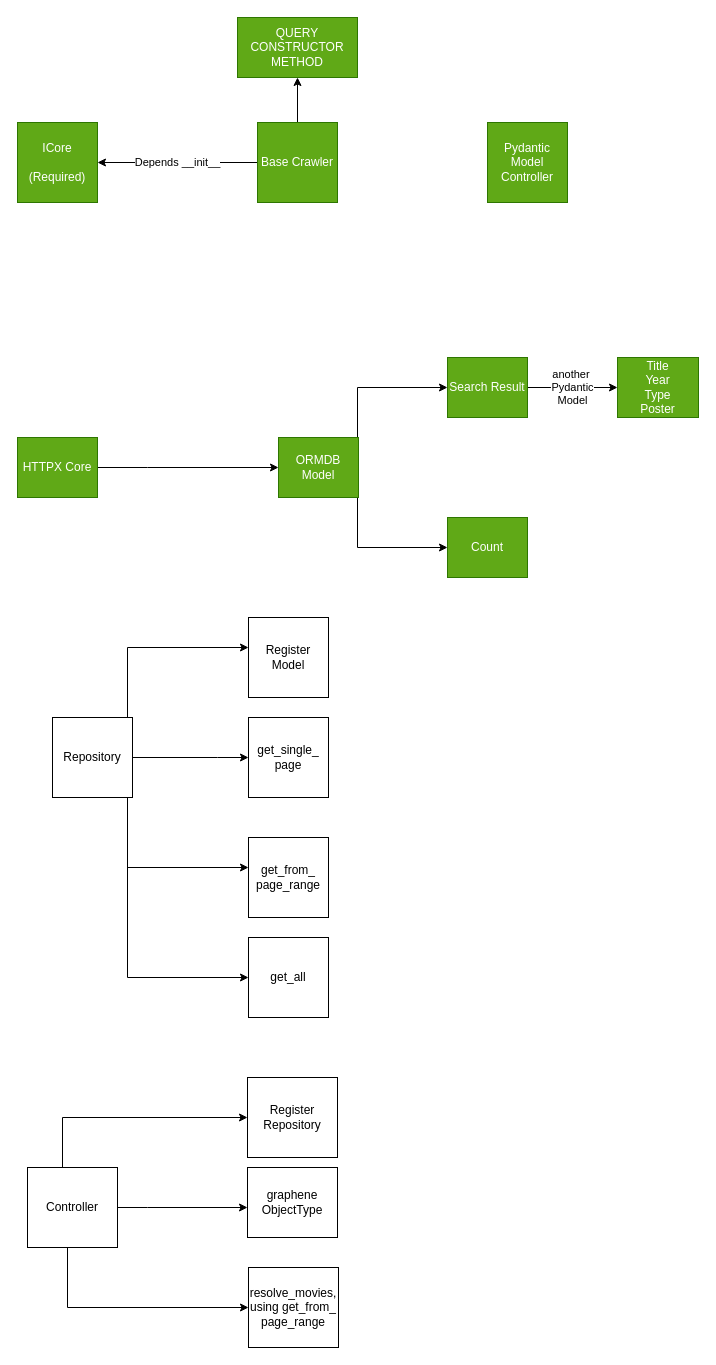
The draw.io diagram design.drawio in ManiMozaffar/omdbapi, before the edit. Source tidied: cells renumbered, new cells numbered last; positions are measured from the earlier drawing's top-left corner, leaving out a move shared by most shapes. Both pictures are drawn from the tidied source at 100%, with x=0, y=0 at pixel (17, 17).
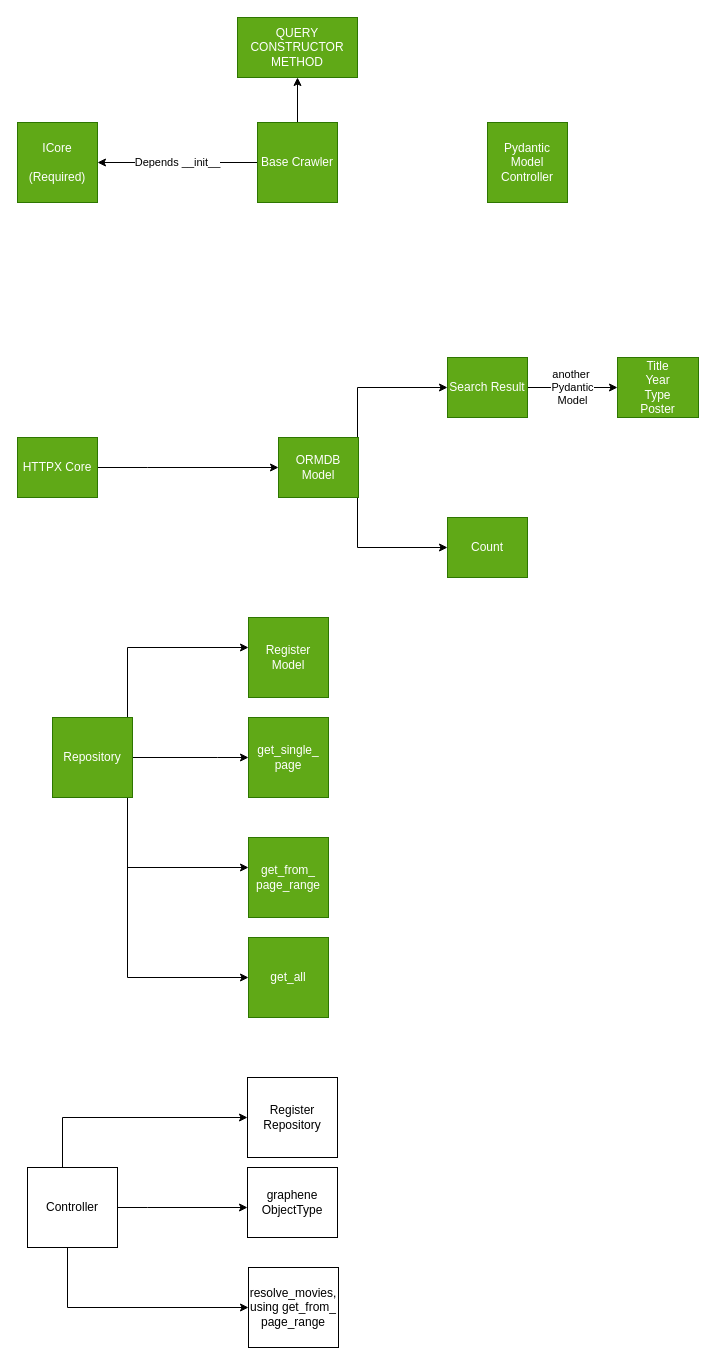
After the change.

The edit, as a diff of the source:
```diff
@@
-    <mxCell id="21" value="Repository" style="whiteSpace=wrap;html=1;" parent="1" vertex="1">
+    <mxCell id="21" value="Repository" style="whiteSpace=wrap;html=1;fillColor=#60a917;fontColor=#ffffff;strokeColor=#2D7600;" parent="1" vertex="1">
       <mxGeometry x="35" y="700" width="80" height="80" as="geometry" />
     </mxCell>
-    <mxCell id="22" value="Register Model" style="whiteSpace=wrap;html=1;" parent="1" vertex="1">
+    <mxCell id="22" value="Register Model" style="whiteSpace=wrap;html=1;fillColor=#60a917;fontColor=#ffffff;strokeColor=#2D7600;" parent="1" vertex="1">
       <mxGeometry x="231" y="600" width="80" height="80" as="geometry" />
     </mxCell>
-    <mxCell id="23" value="get_single_&lt;br&gt;page" style="whiteSpace=wrap;html=1;" parent="1" vertex="1">
+    <mxCell id="23" value="get_single_&lt;br&gt;page" style="whiteSpace=wrap;html=1;fillColor=#60a917;fontColor=#ffffff;strokeColor=#2D7600;" parent="1" vertex="1">
       <mxGeometry x="231" y="700" width="80" height="80" as="geometry" />
     </mxCell>
-    <mxCell id="24" value="get_from_&lt;br&gt;page_range" style="whiteSpace=wrap;html=1;" parent="1" vertex="1">
+    <mxCell id="24" value="get_from_&lt;br&gt;page_range" style="whiteSpace=wrap;html=1;fillColor=#60a917;fontColor=#ffffff;strokeColor=#2D7600;" parent="1" vertex="1">
       <mxGeometry x="231" y="820" width="80" height="80" as="geometry" />
     </mxCell>
@@
-    <mxCell id="32" value="get_all" style="whiteSpace=wrap;html=1;" parent="1" vertex="1">
+    <mxCell id="32" value="get_all" style="whiteSpace=wrap;html=1;fillColor=#60a917;fontColor=#ffffff;strokeColor=#2D7600;" parent="1" vertex="1">
       <mxGeometry x="231" y="920" width="80" height="80" as="geometry" />
     </mxCell>
```
